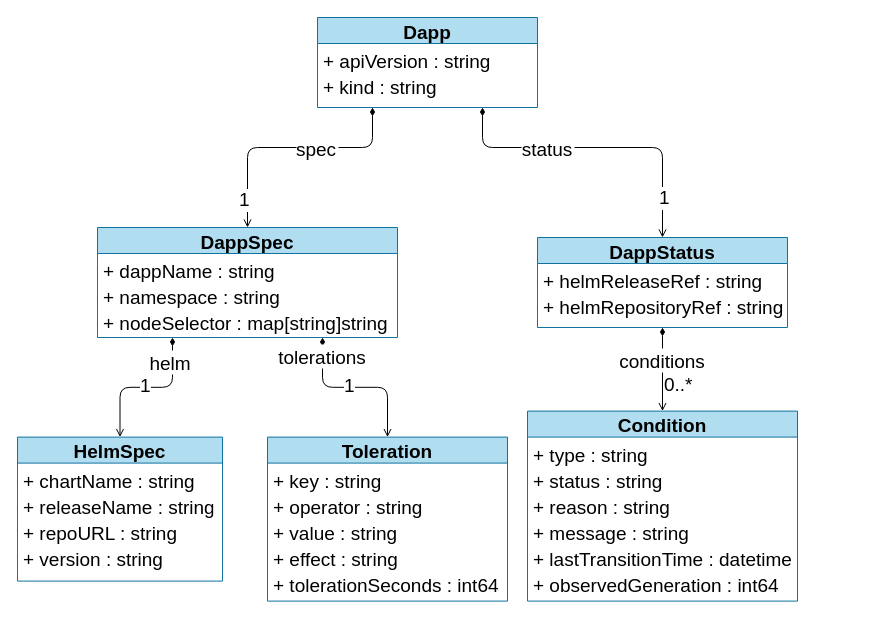
Earlier version of the draw.io diagram docs/dappcrd.drawio (pedromartinssouza/orca). Source tidied: cells renumbered, new cells numbered last; positions are measured from the earlier drawing's top-left corner, leaving out a move shared by most shapes. Both pictures are drawn from the tidied source at 100%, with x=0, y=0 at pixel (17, 17).
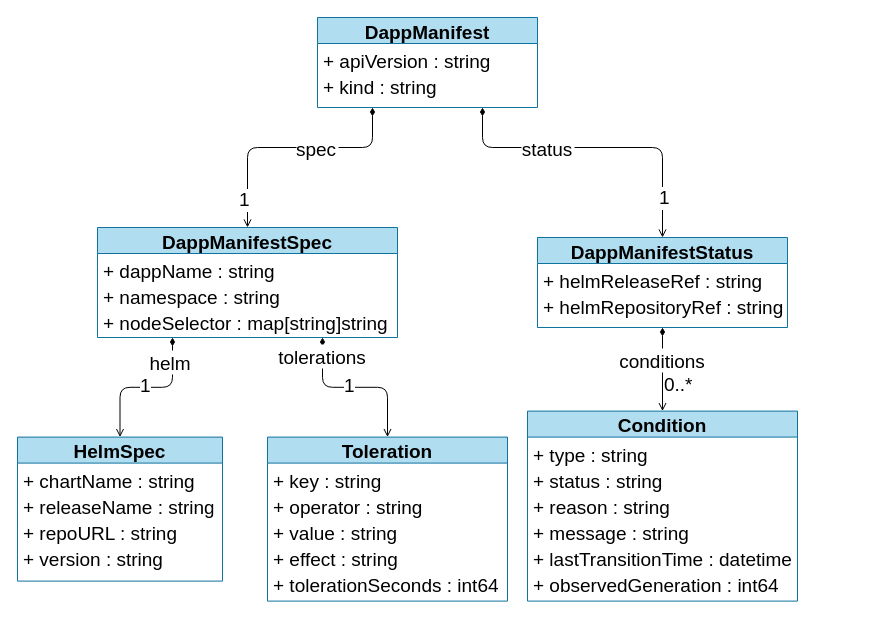
The same diagram, later.

Commit message (it also covers changes not shown here):
docs: rename Dapp/dapp-operator references in drawio diagrams to DappManifest/orca

The edit, as a diff of the source:
```diff
@@
-    <mxCell id="2" value="Dapp" style="swimlane;fontStyle=1;align=center;startSize=26;fillColor=#b1ddf0;strokeColor=#10739e;fontSize=19;" parent="1" vertex="1">
+    <mxCell id="2" value="DappManifest" style="swimlane;fontStyle=1;align=center;startSize=26;fillColor=#b1ddf0;strokeColor=#10739e;fontSize=19;" parent="1" vertex="1">
       <mxGeometry x="300" width="220" height="90" as="geometry" />
     </mxCell>
@@
-    <mxCell id="5" value="DappSpec" style="swimlane;fontStyle=1;align=center;startSize=26;fillColor=#b1ddf0;strokeColor=#10739e;fontSize=19;" parent="1" vertex="1">
+    <mxCell id="5" value="DappManifestSpec" style="swimlane;fontStyle=1;align=center;startSize=26;fillColor=#b1ddf0;strokeColor=#10739e;fontSize=19;" parent="1" vertex="1">
       <mxGeometry x="80" y="210" width="300" height="110" as="geometry" />
     </mxCell>
@@
-    <mxCell id="9" value="DappStatus" style="swimlane;fontStyle=1;align=center;startSize=26;fillColor=#b1ddf0;strokeColor=#10739e;fontSize=19;" parent="1" vertex="1">
+    <mxCell id="9" value="DappManifestStatus" style="swimlane;fontStyle=1;align=center;startSize=26;fillColor=#b1ddf0;strokeColor=#10739e;fontSize=19;" parent="1" vertex="1">
       <mxGeometry x="520" y="220" width="250" height="90" as="geometry" />
     </mxCell>
```
